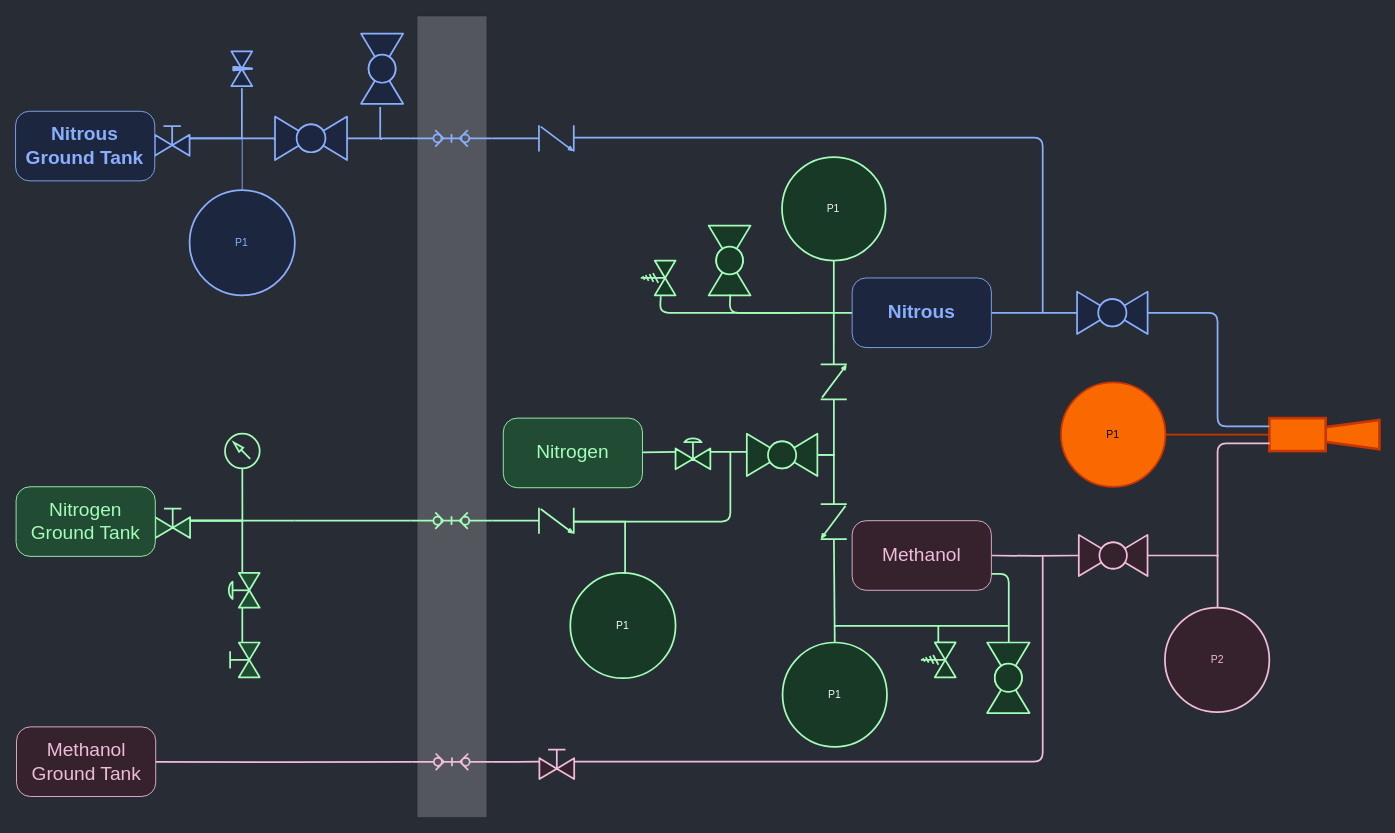
Earlier version of the draw.io diagram page "Simplified" (1 of 2) of CombinedPID.drawio (icl-rocketry/Propulsion-PIDs). Source tidied: cells renumbered, new cells numbered last; positions are measured from the earlier drawing's top-left corner, leaving out a move shared by most shapes. Both pictures are drawn from the tidied source at 87%, with x=0, y=0 at pixel (15, 16).
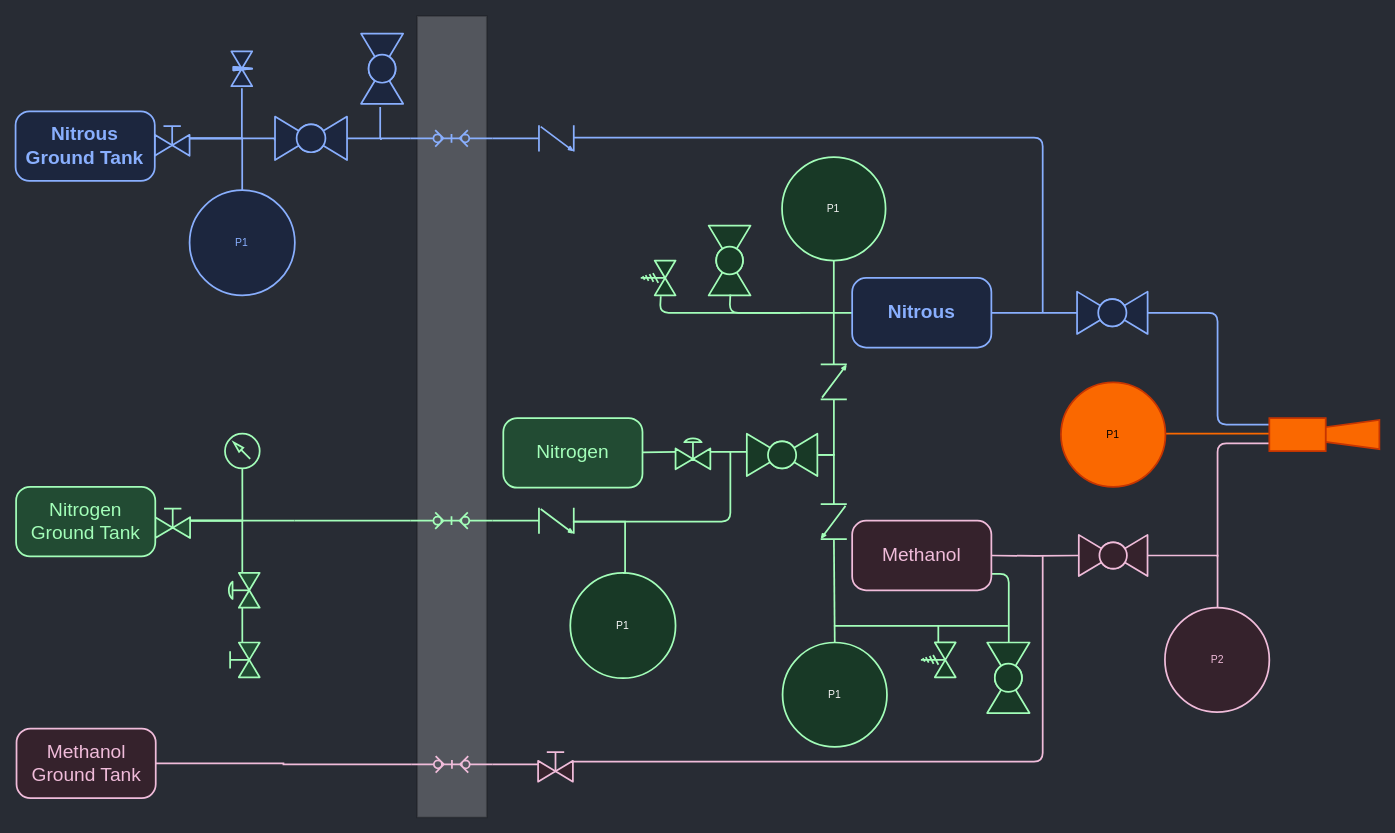
Above is the later version.

The change refers to these unchanged cells:
```xml
<mxCell id="7" style="verticalLabelPosition=bottom;align=center;html=1;verticalAlign=top;dashed=0;shape=mxgraph.pid2valves.valve;valveType=gate;actuator=man;rotation=0;fillColor=#1C263E;strokeColor=#89AFFE;fontColor=#ffffff;strokeWidth=2;" parent="1" vertex="1">
  <mxGeometry x="160.4" y="120.5" width="40" height="40" as="geometry" />
</mxCell>
<mxCell id="23" value="P1" style="ellipse;whiteSpace=wrap;html=1;fillColor=#1C263E;strokeColor=#89AFFE;rotation=0;fontColor=#89AFFE;strokeWidth=2;" parent="1" vertex="1">
  <mxGeometry x="200.4" y="200" width="121" height="121" as="geometry" />
</mxCell>
<mxCell id="63" style="verticalLabelPosition=bottom;align=center;html=1;verticalAlign=top;dashed=0;shape=mxgraph.pid2valves.valve;valveType=ball;rotation=-180;fillColor=#1C263E;strokeColor=#89AFFE;strokeWidth=2;" parent="1" vertex="1">
  <mxGeometry x="1220.5" y="316.7" width="81.1" height="48.6" as="geometry" />
</mxCell>
<mxCell id="65" value="P1" style="ellipse;whiteSpace=wrap;html=1;fillColor=#fa6800;strokeColor=#C73500;rotation=0;fontColor=#000000;strokeWidth=2;" parent="1" vertex="1">
  <mxGeometry x="1202" y="421" width="120.1" height="120.1" as="geometry" />
</mxCell>
```

What changed in the source:
```diff
@@
-    <mxCell id="2" style="rounded=0;whiteSpace=wrap;html=1;opacity=20;" parent="1" vertex="1">
+    <mxCell id="2" style="rounded=0;whiteSpace=wrap;html=1;opacity=20;strokeWidth=2;" parent="1" vertex="1">
       <mxGeometry x="462" width="80" height="921" as="geometry" />
     </mxCell>
@@
-    <mxCell id="6" style="edgeStyle=orthogonalEdgeStyle;rounded=0;jettySize=auto;html=1;entryX=0.5;entryY=0;entryDx=0;entryDy=0;strokeColor=#89AFFE;endArrow=none;endFill=0;" parent="1" edge="1" source="7" target="23">
+    <mxCell id="6" style="edgeStyle=orthogonalEdgeStyle;rounded=0;jettySize=auto;html=1;entryX=0.5;entryY=0;entryDx=0;entryDy=0;strokeColor=#89AFFE;endArrow=none;endFill=0;strokeWidth=2;" parent="1" edge="1" source="7" target="23">
       <mxGeometry relative="1" as="geometry">
         <Array as="points">
           <mxPoint x="220" y="140.5" />
           <mxPoint x="261" y="140.5" />
         </Array>
       </mxGeometry>
     </mxCell>
@@
-    <mxCell id="8" style="edgeStyle=orthogonalEdgeStyle;rounded=0;jettySize=auto;html=1;entryX=0.5;entryY=0;entryDx=0;entryDy=0;entryPerimeter=0;fillColor=#35222C;fontColor=#F0BCDA;strokeColor=#F0BCDA;strokeWidth=2;endArrow=none;endFill=0;" parent="1" edge="1" target="28">
-      <mxGeometry relative="1" as="geometry">
-        <mxPoint x="161.5" y="857.1" as="sourcePoint" />
-      </mxGeometry>
+    <mxCell id="8" style="edgeStyle=orthogonalEdgeStyle;rounded=0;jettySize=auto;html=1;entryX=0.5;entryY=0;entryDx=0;entryDy=0;entryPerimeter=0;fillColor=#35222C;fontColor=#F0BCDA;strokeColor=#F0BCDA;strokeWidth=2;endArrow=none;endFill=0;exitX=1;exitY=0.5;exitDx=0;exitDy=0;" parent="1" edge="1" source="67" target="28">
+      <mxGeometry relative="1" as="geometry" />
     </mxCell>
@@
     <mxCell id="27" style="edgeStyle=orthogonalEdgeStyle;rounded=0;jettySize=auto;html=1;entryX=0;entryY=0.5;entryDx=0;entryDy=0;entryPerimeter=0;fillColor=#35222C;fontColor=#F0BCDA;strokeColor=#F0BCDA;strokeWidth=2;endArrow=none;endFill=0;" parent="1" edge="1" source="28" target="56">
-      <mxGeometry relative="1" as="geometry" />
+      <mxGeometry relative="1" as="geometry">
+        <Array as="points">
+          <mxPoint x="575" y="860" />
+        </Array>
+      </mxGeometry>
     </mxCell>
     <mxCell id="28" style="verticalLabelPosition=bottom;html=1;verticalAlign=top;fillColor=#35222C;align=center;outlineConnect=0;shape=mxgraph.fluid_power.x11740;points=[[0.5,0,0],[0.5,1,0]];strokeColor=#F0BCDA;rotation=-90;fontColor=#F0BCDA;strokeWidth=2;" parent="1" vertex="1">
-      <mxGeometry x="492.5" y="810.2" width="19" height="93.8" as="geometry" />
+      <mxGeometry x="492.5" y="813.2" width="19" height="93.8" as="geometry" />
     </mxCell>
@@
     <mxCell id="56" style="verticalLabelPosition=bottom;align=center;html=1;verticalAlign=top;dashed=0;shape=mxgraph.pid2valves.valve;valveType=gate;actuator=man;rotation=0;fillColor=#35222C;strokeColor=#F0BCDA;fontColor=#F0BCDA;strokeWidth=2;" parent="1" vertex="1">
-      <mxGeometry x="602.5" y="837" width="40" height="40" as="geometry" />
+      <mxGeometry x="601" y="840" width="40" height="40" as="geometry" />
     </mxCell>
-    <mxCell id="57" style="verticalLabelPosition=bottom;align=center;dashed=0;html=1;verticalAlign=top;shape=mxgraph.pid.piping.concentric_reducer;rotation=-180;fillColor=#fa6800;strokeWidth=3;fontColor=#000000;strokeColor=#C73500;" parent="1" vertex="1">
+    <mxCell id="57" style="verticalLabelPosition=bottom;align=center;dashed=0;html=1;verticalAlign=top;shape=mxgraph.pid.piping.concentric_reducer;rotation=-180;fillColor=#fa6800;strokeWidth=2;fontColor=#000000;strokeColor=#C73500;" parent="1" vertex="1">
       <mxGeometry x="1505.9" y="464.2" width="62.1" height="33.6" as="geometry" />
     </mxCell>
-    <mxCell id="58" style="rounded=0;whiteSpace=wrap;html=1;rotation=0;fillColor=#fa6800;strokeWidth=3;fontColor=#000000;strokeColor=#C73500;" parent="1" vertex="1">
-      <mxGeometry x="1441.5" y="462.1" width="64.8" height="37.9" as="geometry" />
-    </mxCell>
@@
-    <mxCell id="62" style="edgeStyle=orthogonalEdgeStyle;rounded=1;jettySize=auto;html=1;entryX=0;entryY=0.25;entryDx=0;entryDy=0;strokeColor=#89AFFE;strokeWidth=2;fillColor=#1C263E;endArrow=none;endFill=0;" parent="1" edge="1" source="63" target="58">
+    <mxCell id="62" style="edgeStyle=orthogonalEdgeStyle;rounded=1;jettySize=auto;html=1;entryX=-0.003;entryY=0.195;entryDx=0;entryDy=0;strokeColor=#89AFFE;strokeWidth=2;fillColor=#1C263E;endArrow=none;endFill=0;entryPerimeter=0;" parent="1" edge="1" source="63" target="58">
       <mxGeometry relative="1" as="geometry">
         <Array as="points">
           <mxPoint x="1382" y="341" />
-          <mxPoint x="1382" y="472" />
+          <mxPoint x="1382" y="470" />
+          <mxPoint x="1441" y="470" />
         </Array>
       </mxGeometry>
     </mxCell>
@@
-    <mxCell id="64" style="edgeStyle=orthogonalEdgeStyle;rounded=0;jettySize=auto;html=1;entryX=0;entryY=0.5;entryDx=0;entryDy=0;fillColor=#fa6800;strokeColor=#C73500;endArrow=none;endFill=0;strokeWidth=2;" parent="1" edge="1" source="65" target="58">
-      <mxGeometry relative="1" as="geometry" />
+    <mxCell id="64" style="edgeStyle=orthogonalEdgeStyle;rounded=0;jettySize=auto;html=1;entryX=0;entryY=0.5;entryDx=0;entryDy=0;fillColor=#fa6800;strokeColor=#FA6800;endArrow=none;endFill=0;strokeWidth=2;" parent="1" edge="1" source="65" target="58">
+      <mxGeometry relative="1" as="geometry">
+        <Array as="points">
+          <mxPoint x="1442" y="480" />
+        </Array>
+      </mxGeometry>
     </mxCell>
@@
-    <mxCell id="67" value="Methanol Ground Tank" style="rounded=1;whiteSpace=wrap;html=1;arcSize=20;fontSize=22;strokeColor=#F0BCDA;fillColor=#35222C;fontColor=#F0BCDA;" parent="1" vertex="1">
-      <mxGeometry x="1.5" y="817" width="160" height="80" as="geometry" />
+    <mxCell id="67" value="Methanol Ground Tank" style="rounded=1;whiteSpace=wrap;html=1;arcSize=20;fontSize=22;strokeColor=#F0BCDA;fillColor=#35222C;fontColor=#F0BCDA;strokeWidth=2;" parent="1" vertex="1">
+      <mxGeometry x="1.5" y="819" width="160" height="80" as="geometry" />
     </mxCell>
-    <mxCell id="68" value="Nitrogen Ground Tank" style="rounded=1;whiteSpace=wrap;html=1;arcSize=20;fontSize=22;strokeColor=#A3FEB9;fillColor=#224B33;fontColor=#A3FEB9;" parent="1" vertex="1">
+    <mxCell id="68" value="Nitrogen Ground Tank" style="rounded=1;whiteSpace=wrap;html=1;arcSize=20;fontSize=22;strokeColor=#A3FEB9;fillColor=#224B33;fontColor=#A3FEB9;strokeWidth=2;" parent="1" vertex="1">
       <mxGeometry x="1" y="541" width="160" height="80" as="geometry" />
     </mxCell>
-    <mxCell id="69" value="Nitrous Ground Tank" style="rounded=1;whiteSpace=wrap;html=1;arcSize=20;fillColor=#1C263E;strokeColor=#89AFFE;fontColor=#89AFFE;fontStyle=1;fontSize=22;" parent="1" vertex="1">
+    <mxCell id="69" value="Nitrous Ground Tank" style="rounded=1;whiteSpace=wrap;html=1;arcSize=20;fillColor=#1C263E;strokeColor=#89AFFE;fontColor=#89AFFE;fontStyle=1;fontSize=22;strokeWidth=2;" parent="1" vertex="1">
       <mxGeometry x="0.4" y="109.4" width="160" height="80" as="geometry" />
     </mxCell>
-    <mxCell id="70" value="Nitrous" style="rounded=1;whiteSpace=wrap;html=1;arcSize=20;fillColor=#1C263E;strokeColor=#89AFFE;fontColor=#89AFFE;fontStyle=1;fontSize=22;" parent="1" vertex="1">
+    <mxCell id="70" value="Nitrous" style="rounded=1;whiteSpace=wrap;html=1;arcSize=20;fillColor=#1C263E;strokeColor=#89AFFE;fontColor=#89AFFE;fontStyle=1;fontSize=22;strokeWidth=2;" parent="1" vertex="1">
       <mxGeometry x="962" y="301" width="160" height="80" as="geometry" />
     </mxCell>
-    <mxCell id="71" value="Nitrogen" style="rounded=1;whiteSpace=wrap;html=1;arcSize=20;fontSize=22;strokeColor=#A3FEB9;fillColor=#224B33;fontColor=#A3FEB9;" parent="1" vertex="1">
+    <mxCell id="71" value="Nitrogen" style="rounded=1;whiteSpace=wrap;html=1;arcSize=20;fontSize=22;strokeColor=#A3FEB9;fillColor=#224B33;fontColor=#A3FEB9;strokeWidth=2;" parent="1" vertex="1">
       <mxGeometry x="561" y="462.1" width="160" height="80" as="geometry" />
     </mxCell>
@@
-    <mxCell id="73" value="Methanol" style="rounded=1;whiteSpace=wrap;html=1;arcSize=20;fontSize=22;strokeColor=#F0BCDA;fillColor=#35222C;fontColor=#F0BCDA;" parent="1" vertex="1">
+    <mxCell id="73" value="Methanol" style="rounded=1;whiteSpace=wrap;html=1;arcSize=20;fontSize=22;strokeColor=#F0BCDA;fillColor=#35222C;fontColor=#F0BCDA;strokeWidth=2;" parent="1" vertex="1">
       <mxGeometry x="962" y="580" width="160" height="80" as="geometry" />
     </mxCell>
@@
+    <mxCell id="58" style="rounded=0;whiteSpace=wrap;html=1;rotation=0;fillColor=#fa6800;strokeWidth=2;fontColor=#000000;strokeColor=#C73500;" parent="1" vertex="1">
+      <mxGeometry x="1441.5" y="462.1" width="64.8" height="37.9" as="geometry" />
+    </mxCell>
```
